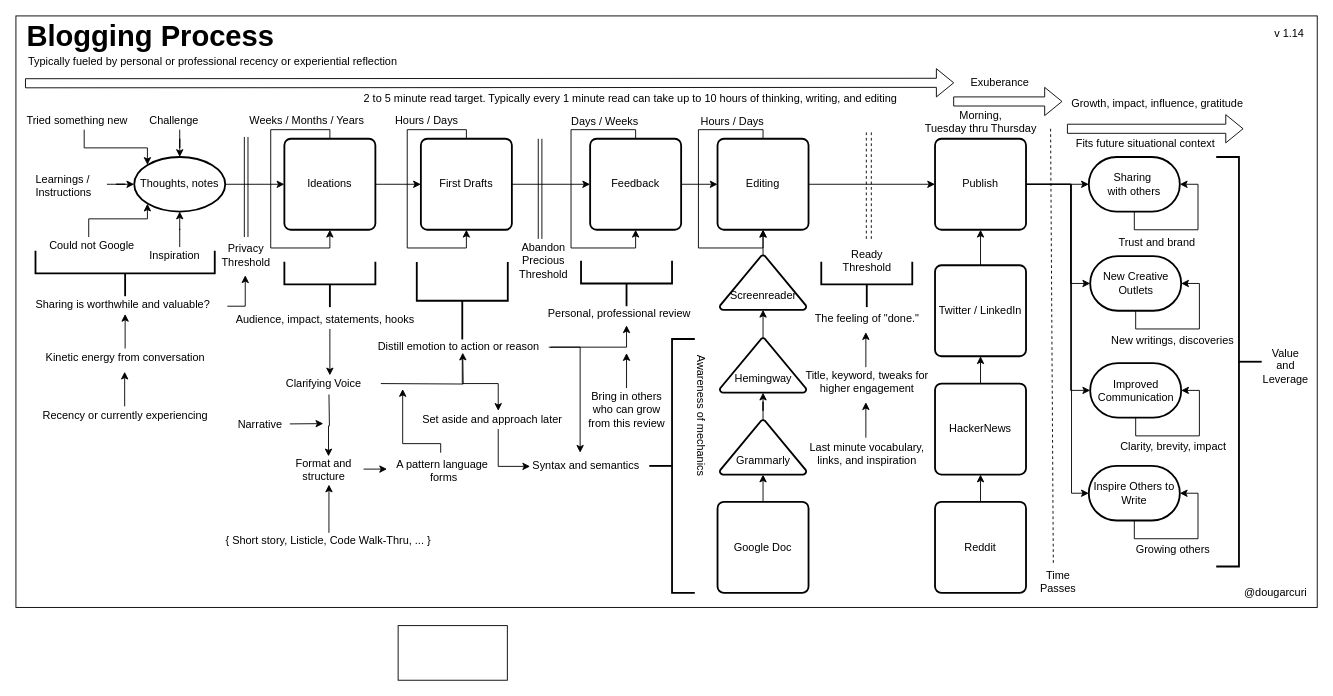
The draw.io diagram mentoring/diagrams/blogging-process.drawio in solidi/learning-notes, before the edit. Source tidied: cells renumbered, new cells numbered last; positions are measured from the earlier drawing's top-left corner, leaving out a move shared by most shapes. Both pictures are drawn from the tidied source at 91%, with x=0, y=0 at pixel (15, 15).
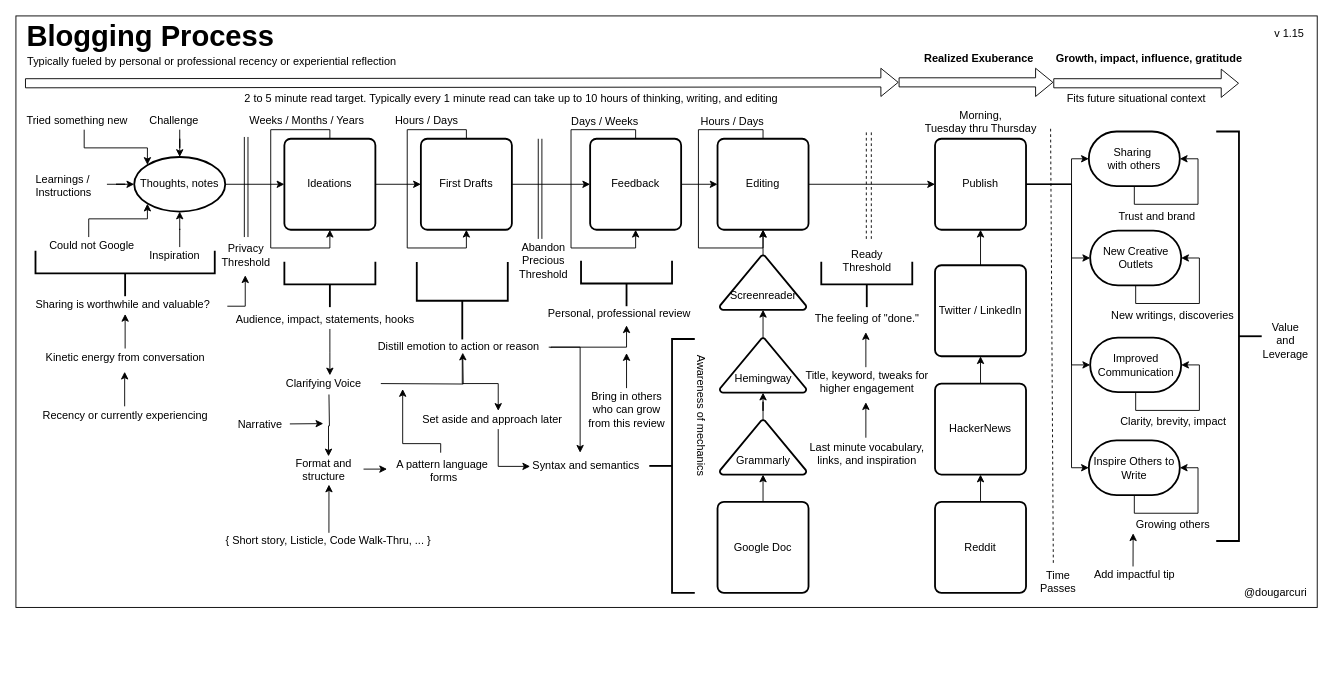
After the change.

Commit message (it also covers changes not shown here):
Update blogging diagram with realization and impactful tips

Unchanged cells that the change refers to:
```xml
<mxCell id="20" value="Publish" style="rounded=1;whiteSpace=wrap;html=1;absoluteArcSize=1;arcSize=14;strokeWidth=2;" parent="1" vertex="1">
  <mxGeometry x="1010" y="135" width="100" height="100" as="geometry" />
</mxCell>
```

Diff of the diagram source:
```diff
@@
     <mxCell id="17" style="edgeStyle=orthogonalEdgeStyle;rounded=0;jettySize=auto;html=1;exitX=1;exitY=0.5;exitDx=0;exitDy=0;entryX=0;entryY=0.5;entryDx=0;entryDy=0;entryPerimeter=0;" parent="1" edge="1" source="20" target="58">
-      <mxGeometry relative="1" as="geometry" />
+      <mxGeometry relative="1" as="geometry">
+        <Array as="points">
+          <mxPoint x="1160" y="185" />
+          <mxPoint x="1160" y="157" />
+        </Array>
+      </mxGeometry>
     </mxCell>
+    <mxCell id="19" style="edgeStyle=orthogonalEdgeStyle;rounded=0;jettySize=auto;html=1;exitX=1;exitY=0.5;exitDx=0;exitDy=0;entryX=0;entryY=0.5;entryDx=0;entryDy=0;entryPerimeter=0;" parent="1" edge="1" source="20" target="81">
+      <mxGeometry relative="1" as="geometry">
+        <Array as="points">
+          <mxPoint x="1160" y="185" />
+          <mxPoint x="1160" y="383" />
+        </Array>
+      </mxGeometry>
+    </mxCell>
+    <mxCell id="127" style="edgeStyle=orthogonalEdgeStyle;rounded=0;jettySize=auto;html=1;exitX=1;exitY=0.5;exitDx=0;exitDy=0;entryX=0;entryY=0.5;entryDx=0;entryDy=0;entryPerimeter=0;" parent="1" edge="1" source="20" target="107">
+      <mxGeometry relative="1" as="geometry">
+        <Array as="points">
+          <mxPoint x="1160" y="185" />
+          <mxPoint x="1160" y="497" />
+        </Array>
+      </mxGeometry>
+    </mxCell>
     <mxCell id="18" style="edgeStyle=orthogonalEdgeStyle;rounded=0;jettySize=auto;html=1;exitX=1;exitY=0.5;exitDx=0;exitDy=0;entryX=0;entryY=0.5;entryDx=0;entryDy=0;entryPerimeter=0;" parent="1" edge="1" source="20" target="78">
       <mxGeometry relative="1" as="geometry">
         <Array as="points">
-          <mxPoint x="1159" y="185" />
-          <mxPoint x="1159" y="294" />
+          <mxPoint x="1160" y="185" />
+          <mxPoint x="1160" y="266" />
         </Array>
       </mxGeometry>
     </mxCell>
-    <mxCell id="19" style="edgeStyle=orthogonalEdgeStyle;rounded=0;jettySize=auto;html=1;exitX=1;exitY=0.5;exitDx=0;exitDy=0;entryX=0;entryY=0.5;entryDx=0;entryDy=0;entryPerimeter=0;" parent="1" edge="1" source="20" target="81">
-      <mxGeometry relative="1" as="geometry">
-        <Array as="points">
-          <mxPoint x="1159" y="185" />
-          <mxPoint x="1159" y="412" />
-        </Array>
-      </mxGeometry>
-    </mxCell>
@@
     <mxCell id="48" style="shape=flexArrow;endArrow=classic;html=1;" parent="1" edge="1">
       <mxGeometry relative="1" as="geometry">
         <mxPoint x="10" y="74" as="sourcePoint" />
-        <mxPoint x="1031" y="73.5" as="targetPoint" />
+        <mxPoint x="970" y="73" as="targetPoint" />
       </mxGeometry>
     </mxCell>
     <mxCell id="49" value="Typically fueled by personal or professional recency or experiential reflection" style="text;html=1;align=center;verticalAlign=middle;labelBackgroundColor=#ffffff;" parent="48" vertex="1">
       <mxGeometry x="-0.57" y="3" relative="1" as="geometry">
-        <mxPoint x="-14" y="-21" as="offset" />
+        <mxPoint x="-1" y="-21" as="offset" />
       </mxGeometry>
     </mxCell>
@@
     <mxCell id="58" value="Sharing&amp;nbsp;&lt;br&gt;with others" style="strokeWidth=2;html=1;shape=mxgraph.flowchart.terminator;whiteSpace=wrap;" parent="1" vertex="1">
-      <mxGeometry x="1179" y="155" width="100" height="60" as="geometry" />
+      <mxGeometry x="1179" y="127" width="100" height="60" as="geometry" />
     </mxCell>
@@
     <mxCell id="61" style="shape=flexArrow;endArrow=classic;html=1;" parent="1" edge="1">
       <mxGeometry relative="1" as="geometry">
-        <mxPoint x="1155" y="124" as="sourcePoint" />
-        <mxPoint x="1349" y="124" as="targetPoint" />
+        <mxPoint x="1140" y="74" as="sourcePoint" />
+        <mxPoint x="1344" y="74" as="targetPoint" />
       </mxGeometry>
     </mxCell>
     <mxCell id="62" value="Fits future situational context" style="text;html=1;align=center;verticalAlign=middle;labelBackgroundColor=#ffffff;" parent="61" vertex="1">
       <mxGeometry x="-0.57" y="3" relative="1" as="geometry">
-        <mxPoint x="43" y="19" as="offset" />
+        <mxPoint x="46.5" y="19" as="offset" />
       </mxGeometry>
     </mxCell>
@@
     <mxCell id="64" value="Trust and brand" style="text;html=1;align=left;verticalAlign=top;spacingTop=-4;" parent="1" vertex="1">
-      <mxGeometry x="1210" y="239" width="100" height="20" as="geometry" />
+      <mxGeometry x="1210" y="211" width="100" height="20" as="geometry" />
     </mxCell>
     <mxCell id="65" value="2 to 5 minute read target. Typically every 1 minute read can take up to 10 hours of thinking, writing, and editing" style="text;html=1;align=center;verticalAlign=middle;labelBackgroundColor=#ffffff;" parent="1" vertex="1">
-      <mxGeometry x="671" y="110" as="geometry">
+      <mxGeometry x="540" y="110" as="geometry">
         <mxPoint x="3" y="-19.5" as="offset" />
       </mxGeometry>
     </mxCell>
@@
     <mxCell id="78" value="New Creative Outlets" style="strokeWidth=2;html=1;shape=mxgraph.flowchart.terminator;whiteSpace=wrap;" parent="1" vertex="1">
-      <mxGeometry x="1180.5" y="264" width="100" height="60" as="geometry" />
+      <mxGeometry x="1180.5" y="236" width="100" height="60" as="geometry" />
     </mxCell>
@@
     <mxCell id="80" value="New writings, discoveries" style="text;html=1;align=left;verticalAlign=top;spacingTop=-4;" parent="1" vertex="1">
-      <mxGeometry x="1201.5" y="346.5" width="150" height="20" as="geometry" />
+      <mxGeometry x="1201.5" y="318.5" width="150" height="20" as="geometry" />
     </mxCell>
     <mxCell id="81" value="Improved Communication" style="strokeWidth=2;html=1;shape=mxgraph.flowchart.terminator;whiteSpace=wrap;" parent="1" vertex="1">
-      <mxGeometry x="1180.5" y="381.5" width="100" height="60" as="geometry" />
+      <mxGeometry x="1180.5" y="353.5" width="100" height="60" as="geometry" />
     </mxCell>
@@
     <mxCell id="83" value="Clarity, brevity, impact&amp;nbsp;" style="text;html=1;align=left;verticalAlign=top;spacingTop=-4;" parent="1" vertex="1">
-      <mxGeometry x="1211.5" y="463.5" width="140" height="20" as="geometry" />
+      <mxGeometry x="1211.5" y="435.5" width="140" height="20" as="geometry" />
     </mxCell>
     <mxCell id="84" style="strokeWidth=2;html=1;shape=mxgraph.flowchart.annotation_2;align=left;labelPosition=right;rotation=180;" parent="1" vertex="1">
-      <mxGeometry x="1319" y="155" width="50" height="450" as="geometry" />
+      <mxGeometry x="1319" y="127" width="50" height="450" as="geometry" />
     </mxCell>
     <mxCell id="85" value="Value&lt;br&gt;and &lt;br&gt;Leverage" style="text;html=1;align=center;verticalAlign=top;spacingTop=-4;" parent="1" vertex="1">
-      <mxGeometry x="1360" y="360.5" width="70" height="40" as="geometry" />
+      <mxGeometry x="1360" y="332.5" width="70" height="40" as="geometry" />
     </mxCell>
@@
     <mxCell id="93" style="shape=flexArrow;endArrow=classic;html=1;" parent="1" edge="1">
       <mxGeometry relative="1" as="geometry">
-        <mxPoint x="1030" y="94" as="sourcePoint" />
-        <mxPoint x="1150" y="94" as="targetPoint" />
+        <mxPoint x="970" y="73" as="sourcePoint" />
+        <mxPoint x="1140" y="73" as="targetPoint" />
       </mxGeometry>
     </mxCell>
-    <mxCell id="94" value="Exuberance" style="text;html=1;align=center;verticalAlign=middle;labelBackgroundColor=#ffffff;" parent="93" vertex="1">
+    <mxCell id="94" value="&lt;b&gt;Realized Exuberance&lt;/b&gt;" style="text;html=1;align=center;verticalAlign=middle;labelBackgroundColor=#ffffff;" parent="93" vertex="1">
       <mxGeometry x="-0.57" y="3" relative="1" as="geometry">
-        <mxPoint x="24" y="-18" as="offset" />
+        <mxPoint x="50" y="-24" as="offset" />
       </mxGeometry>
     </mxCell>
@@
-    <mxCell id="100" value="Growth, impact, influence, gratitude" style="text;html=1;align=center;verticalAlign=middle;labelBackgroundColor=#ffffff;" parent="1" vertex="1">
-      <mxGeometry x="1210" y="80" as="geometry">
+    <mxCell id="100" value="&lt;b&gt;Growth, impact, influence, gratitude&lt;/b&gt;" style="text;html=1;align=center;verticalAlign=middle;labelBackgroundColor=#ffffff;" parent="1" vertex="1">
+      <mxGeometry x="1201.5" y="30" as="geometry">
         <mxPoint x="43" y="16" as="offset" />
       </mxGeometry>
     </mxCell>
@@
     <mxCell id="107" value="Inspire Others to Write" style="strokeWidth=2;html=1;shape=mxgraph.flowchart.terminator;whiteSpace=wrap;" parent="1" vertex="1">
-      <mxGeometry x="1179" y="494.5" width="100" height="60" as="geometry" />
+      <mxGeometry x="1179" y="466.5" width="100" height="60" as="geometry" />
     </mxCell>
@@
     <mxCell id="109" value="Growing others" style="text;html=1;align=left;verticalAlign=top;spacingTop=-4;" parent="1" vertex="1">
-      <mxGeometry x="1229" y="576.5" width="100" height="20" as="geometry" />
+      <mxGeometry x="1229" y="548.5" width="100" height="20" as="geometry" />
     </mxCell>
-    <mxCell id="110" style="edgeStyle=orthogonalEdgeStyle;rounded=0;jettySize=auto;html=1;exitX=1;exitY=0.5;exitDx=0;exitDy=0;entryX=0;entryY=0.5;entryDx=0;entryDy=0;entryPerimeter=0;" parent="1" edge="1" target="107">
-      <mxGeometry relative="1" as="geometry">
-        <mxPoint x="1110.5" y="185" as="sourcePoint" />
-        <Array as="points">
-          <mxPoint x="1160" y="185" />
-          <mxPoint x="1160" y="525" />
-        </Array>
-      </mxGeometry>
-    </mxCell>
@@
-    <mxCell id="122" value="v 1.14" style="text;html=1;align=center;verticalAlign=middle;" parent="1" vertex="1">
+    <mxCell id="122" value="v 1.15" style="text;html=1;align=center;verticalAlign=middle;" parent="1" vertex="1">
       <mxGeometry x="1374" y="10" width="50" height="20" as="geometry" />
     </mxCell>
-    <mxCell id="123" style="rounded=0;whiteSpace=wrap;html=1;fillColor=none;align=center;" parent="1" vertex="1">
-      <mxGeometry x="420" y="670" width="120" height="60" as="geometry" />
-    </mxCell>
@@
+    <mxCell id="128" value="Add impactful tip" style="text;html=1;points=[];align=center;verticalAlign=top;spacingTop=-4;" parent="1" vertex="1">
+      <mxGeometry x="1179" y="604" width="100" height="20" as="geometry" />
+    </mxCell>
+    <mxCell id="129" style="edgeStyle=orthogonalEdgeStyle;rounded=0;jettySize=auto;html=1;entryX=0.5;entryY=1;entryDx=0;entryDy=0;exitX=0.486;exitY=0.05;exitDx=0;exitDy=0;exitPerimeter=0;" parent="1" edge="1" source="128">
+      <mxGeometry relative="1" as="geometry">
+        <mxPoint x="1227.7" y="568.5" as="targetPoint" />
+      </mxGeometry>
+    </mxCell>
```
